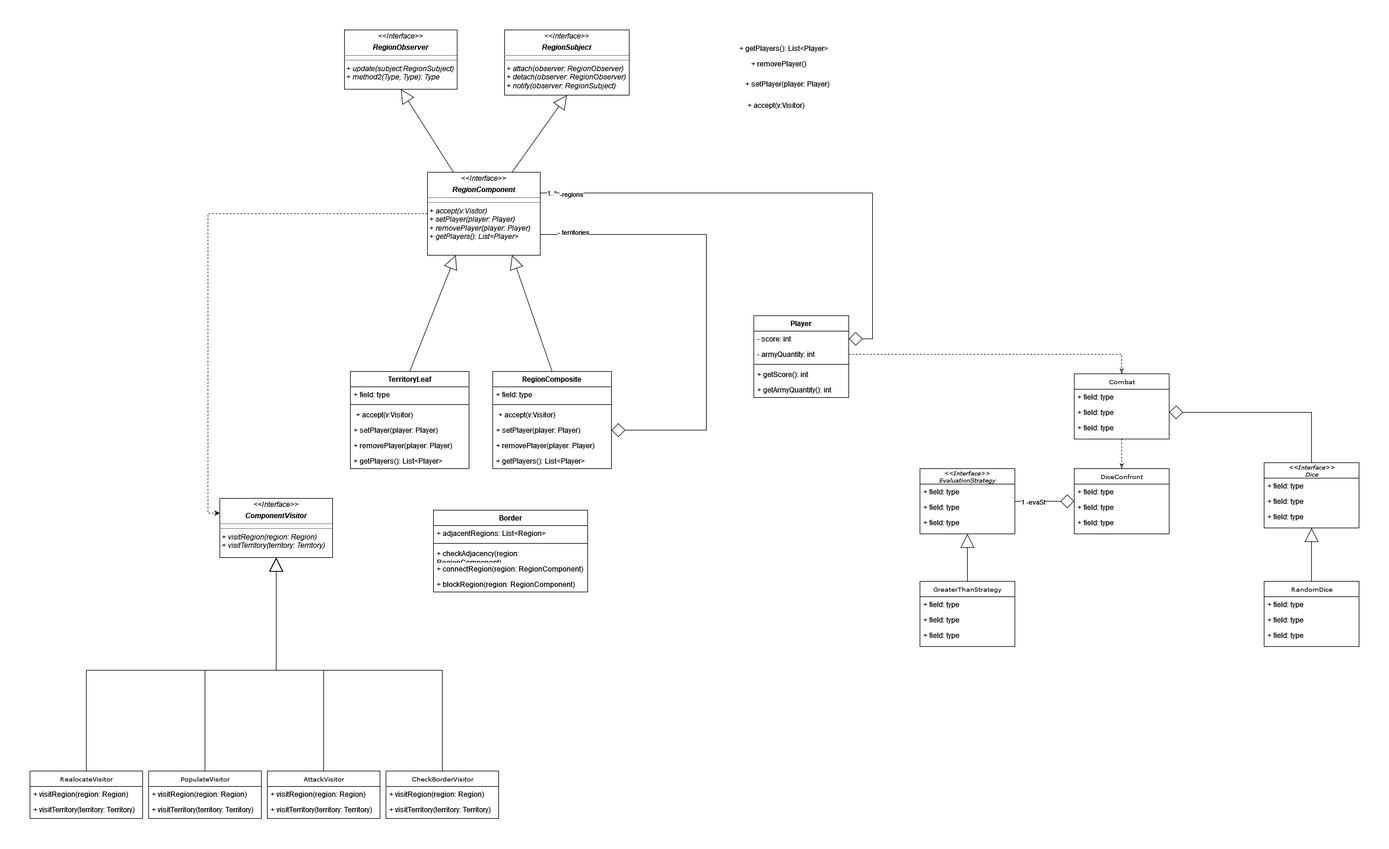
Gil32610/class-diagram-territory-confront keeps this draw.io diagram as ClassDiagramTerritoryConfront.png. Above is the earlier version. Source tidied: cells renumbered, new cells last; positions are measured from the earlier drawing's top-left corner, leaving out a move shared by most shapes.
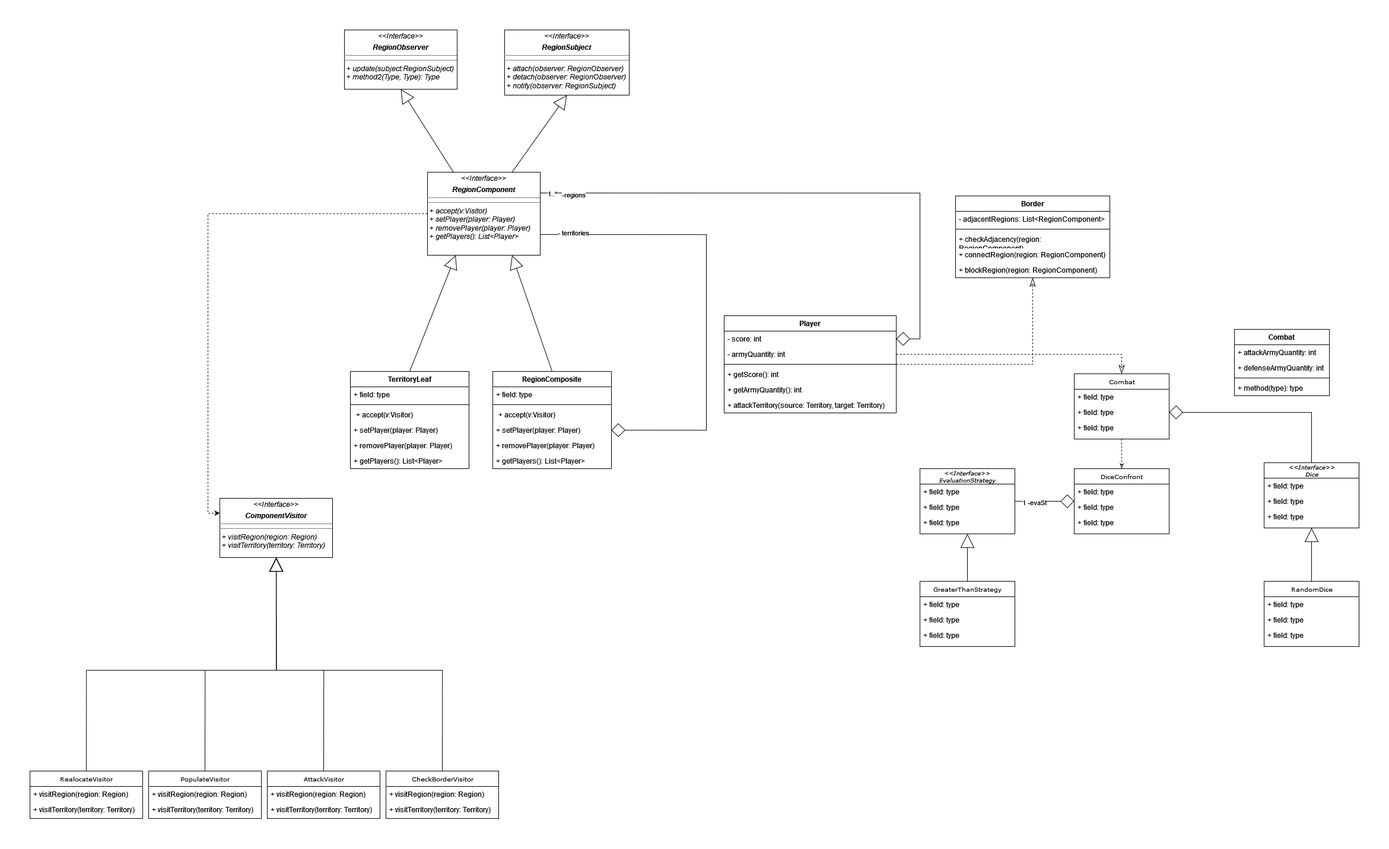
Above is the later version.

The edit, as a diff of the source:
```diff
@@ -92,7 +92,7 @@
     <mxCell id="28" value="+ visitTerritory(territory: Territory)" style="text;html=1;strokeColor=none;fillColor=none;align=left;verticalAlign=top;spacingLeft=4;spacingRight=4;whiteSpace=wrap;overflow=hidden;" parent="26" vertex="1">
       <mxGeometry y="52" width="190" height="26" as="geometry" />
     </mxCell>
-    <mxCell id="29" style="edgeStyle=orthogonalEdgeStyle;rounded=0;jettySize=auto;html=1;entryX=0.5;entryY=0;entryDx=0;entryDy=0;dashed=1;exitX=1;exitY=0.5;exitDx=0;exitDy=0;endArrow=classicThin;endFill=0;" parent="1" edge="1" source="65" target="31">
+    <mxCell id="29" style="edgeStyle=orthogonalEdgeStyle;rounded=0;jettySize=auto;html=1;entryX=0.5;entryY=0;entryDx=0;entryDy=0;dashed=1;exitX=1;exitY=0.5;exitDx=0;exitDy=0;endArrow=classicThin;endFill=0;endSize=12;startSize=6;" parent="1" edge="1" source="65" target="31">
       <mxGeometry relative="1" as="geometry" />
     </mxCell>
     <mxCell id="30" style="rounded=0;jettySize=auto;html=1;entryX=0.5;entryY=0;entryDx=0;entryDy=0;dashed=1;endArrow=classicThin;endFill=0;" parent="1" edge="1" source="31" target="37">
@@ -196,24 +196,30 @@
     <mxCell id="62" value="1..*" style="edgeLabel;html=1;align=center;verticalAlign=middle;" parent="60" vertex="1">
       <mxGeometry x="0.96" y="-1" relative="1" as="geometry" />
     </mxCell>
+    <mxCell id="93" style="edgeStyle=orthogonalEdgeStyle;rounded=0;jettySize=auto;html=1;dashed=1;endArrow=classicThin;endFill=0;startSize=6;endSize=12;" parent="1" edge="1" source="63" target="87">
+      <mxGeometry relative="1" as="geometry" />
+    </mxCell>
     <mxCell id="63" value="Player" style="swimlane;fontStyle=1;align=center;verticalAlign=top;horizontal=1;startSize=26;whiteSpace=wrap;html=1;" parent="1" vertex="1">
-      <mxGeometry x="1220" y="482" width="160" height="138" as="geometry" />
+      <mxGeometry x="1170" y="482" width="290" height="164" as="geometry" />
     </mxCell>
     <mxCell id="64" value="- score: int" style="text;strokeColor=none;fillColor=none;align=left;verticalAlign=top;spacingLeft=4;spacingRight=4;overflow=hidden;points=[[0,0.5],[1,0.5]];portConstraint=eastwest;whiteSpace=wrap;html=1;" parent="63" vertex="1">
-      <mxGeometry y="26" width="160" height="26" as="geometry" />
+      <mxGeometry y="26" width="290" height="26" as="geometry" />
     </mxCell>
     <mxCell id="65" value="- armyQuantity: int" style="text;strokeColor=none;fillColor=none;align=left;verticalAlign=top;spacingLeft=4;spacingRight=4;overflow=hidden;points=[[0,0.5],[1,0.5]];portConstraint=eastwest;whiteSpace=wrap;html=1;" parent="63" vertex="1">
-      <mxGeometry y="52" width="160" height="26" as="geometry" />
+      <mxGeometry y="52" width="290" height="26" as="geometry" />
     </mxCell>
     <mxCell id="66" style="line;strokeWidth=1;fillColor=none;align=left;verticalAlign=middle;spacingTop=-1;spacingLeft=3;spacingRight=3;labelPosition=right;strokeColor=inherit;" parent="63" vertex="1">
-      <mxGeometry y="78" width="160" height="8" as="geometry" />
+      <mxGeometry y="78" width="290" height="8" as="geometry" />
     </mxCell>
     <mxCell id="67" value="&lt;div&gt;+ getScore(): int&lt;/div&gt;" style="text;strokeColor=none;fillColor=none;align=left;verticalAlign=top;spacingLeft=4;spacingRight=4;overflow=hidden;whiteSpace=wrap;html=1;" parent="63" vertex="1">
-      <mxGeometry y="86" width="160" height="26" as="geometry" />
+      <mxGeometry y="86" width="290" height="26" as="geometry" />
     </mxCell>
     <mxCell id="68" value="&lt;div&gt;+ getArmyQuantity(): int&lt;/div&gt;" style="text;strokeColor=none;fillColor=none;align=left;verticalAlign=top;spacingLeft=4;spacingRight=4;overflow=hidden;whiteSpace=wrap;html=1;" parent="63" vertex="1">
-      <mxGeometry y="112" width="160" height="26" as="geometry" />
+      <mxGeometry y="112" width="290" height="26" as="geometry" />
     </mxCell>
+    <mxCell id="94" value="&lt;div&gt;+ attackTerritory(source: Territory, target: Territory)&lt;br&gt;&lt;/div&gt;" style="text;strokeColor=none;fillColor=none;align=left;verticalAlign=top;spacingLeft=4;spacingRight=4;overflow=hidden;whiteSpace=wrap;html=1;" parent="63" vertex="1">
+      <mxGeometry y="138" width="290" height="26" as="geometry" />
+    </mxCell>
     <mxCell id="69" value="TerritoryLeaf" style="swimlane;fontStyle=1;align=center;verticalAlign=top;horizontal=1;startSize=26;whiteSpace=wrap;html=1;" parent="1" vertex="1">
       <mxGeometry x="540" y="576" width="200" height="164" as="geometry" />
     </mxCell>
@@ -235,18 +241,6 @@
     <mxCell id="75" value="+ getPlayers(): List&amp;lt;Player&amp;gt;" style="text;strokeColor=none;fillColor=none;align=left;verticalAlign=top;spacingLeft=4;spacingRight=4;overflow=hidden;whiteSpace=wrap;html=1;" parent="69" vertex="1">
       <mxGeometry y="138" width="200" height="26" as="geometry" />
     </mxCell>
-    <mxCell id="76" value="+ getPlayers(): List&amp;lt;Player&amp;gt;" style="text;strokeColor=none;fillColor=none;align=left;verticalAlign=top;spacingLeft=4;spacingRight=4;overflow=hidden;whiteSpace=wrap;html=1;" parent="1" vertex="1">
-      <mxGeometry x="1190" y="18" width="160" height="26" as="geometry" />
-    </mxCell>
-    <mxCell id="77" value="+ removePlayer()" style="text;strokeColor=none;fillColor=none;align=left;verticalAlign=top;spacingLeft=4;spacingRight=4;overflow=hidden;whiteSpace=wrap;html=1;" parent="1" vertex="1">
-      <mxGeometry x="1210" y="44" width="160" height="26" as="geometry" />
-    </mxCell>
-    <mxCell id="78" value="&lt;p style=&quot;margin:0px;margin-left:4px;&quot;&gt;+ accept(v:Visitor)&lt;/p&gt;" style="text;strokeColor=none;fillColor=none;align=left;verticalAlign=top;spacingLeft=4;spacingRight=4;overflow=hidden;whiteSpace=wrap;html=1;" parent="1" vertex="1">
-      <mxGeometry x="1200" y="114" width="160" height="26" as="geometry" />
-    </mxCell>
-    <mxCell id="79" value="+ setPlayer(player: Player)" style="text;strokeColor=none;fillColor=none;align=left;verticalAlign=top;spacingLeft=4;spacingRight=4;overflow=hidden;whiteSpace=wrap;html=1;" parent="1" vertex="1">
-      <mxGeometry x="1200" y="78" width="160" height="26" as="geometry" />
-    </mxCell>
     <mxCell id="80" value="RegionComposite" style="swimlane;fontStyle=1;align=center;verticalAlign=top;horizontal=1;startSize=26;whiteSpace=wrap;html=1;" parent="1" vertex="1">
       <mxGeometry x="780" y="576" width="200" height="164" as="geometry" />
     </mxCell>
@@ -269,9 +263,9 @@
       <mxGeometry y="138" width="200" height="26" as="geometry" />
     </mxCell>
     <mxCell id="87" value="Border" style="swimlane;fontStyle=1;align=center;verticalAlign=top;horizontal=1;startSize=26;whiteSpace=wrap;html=1;" parent="1" vertex="1">
-      <mxGeometry x="680" y="810" width="260" height="138" as="geometry" />
+      <mxGeometry x="1560" y="280" width="260" height="138" as="geometry" />
     </mxCell>
-    <mxCell id="88" value="+ adjacentRegions: List&amp;lt;Region&amp;gt;" style="text;strokeColor=none;fillColor=none;align=left;verticalAlign=top;spacingLeft=4;spacingRight=4;overflow=hidden;whiteSpace=wrap;html=1;" parent="87" vertex="1">
+    <mxCell id="88" value="- adjacentRegions: List&amp;lt;RegionComponent&amp;gt;" style="text;strokeColor=none;fillColor=none;align=left;verticalAlign=top;spacingLeft=4;spacingRight=4;overflow=hidden;whiteSpace=wrap;html=1;" parent="87" vertex="1">
       <mxGeometry y="26" width="260" height="26" as="geometry" />
     </mxCell>
     <mxCell id="89" style="line;strokeWidth=1;fillColor=none;align=left;verticalAlign=middle;spacingTop=-1;spacingLeft=3;spacingRight=3;labelPosition=right;strokeColor=inherit;" parent="87" vertex="1">
@@ -286,5 +280,20 @@
     <mxCell id="92" value="+ blockRegion(region: RegionComponent)" style="text;strokeColor=none;fillColor=none;align=left;verticalAlign=top;spacingLeft=4;spacingRight=4;overflow=hidden;whiteSpace=wrap;html=1;" parent="87" vertex="1">
       <mxGeometry y="112" width="260" height="26" as="geometry" />
     </mxCell>
+    <mxCell id="95" value="Combat" style="swimlane;fontStyle=1;align=center;verticalAlign=top;horizontal=1;startSize=26;whiteSpace=wrap;html=1;" parent="1" vertex="1">
+      <mxGeometry x="2030" y="505" width="160" height="112" as="geometry" />
+    </mxCell>
+    <mxCell id="96" value="+ attackArmyQuantity: int" style="text;strokeColor=none;fillColor=none;align=left;verticalAlign=top;spacingLeft=4;spacingRight=4;overflow=hidden;whiteSpace=wrap;html=1;" parent="95" vertex="1">
+      <mxGeometry y="26" width="160" height="26" as="geometry" />
+    </mxCell>
+    <mxCell id="97" value="+ defenseArmyQuantity: int" style="text;strokeColor=none;fillColor=none;align=left;verticalAlign=top;spacingLeft=4;spacingRight=4;overflow=hidden;whiteSpace=wrap;html=1;" parent="95" vertex="1">
+      <mxGeometry y="52" width="160" height="26" as="geometry" />
+    </mxCell>
+    <mxCell id="98" style="line;strokeWidth=1;fillColor=none;align=left;verticalAlign=middle;spacingTop=-1;spacingLeft=3;spacingRight=3;labelPosition=right;strokeColor=inherit;" parent="95" vertex="1">
+      <mxGeometry y="78" width="160" height="8" as="geometry" />
+    </mxCell>
+    <mxCell id="99" value="+ method(type): type" style="text;strokeColor=none;fillColor=none;align=left;verticalAlign=top;spacingLeft=4;spacingRight=4;overflow=hidden;whiteSpace=wrap;html=1;" parent="95" vertex="1">
+      <mxGeometry y="86" width="160" height="26" as="geometry" />
+    </mxCell>
   </root>
 </mxGraphModel>
```
